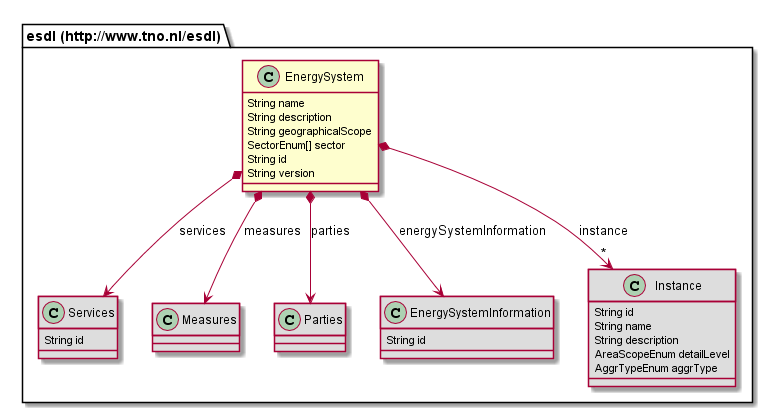
The PlantUML diagram 687474703a2f2f7777772e746e6f2e6e6c2f6573646c/EnergySystem.png in EnergyTransition/energytransition.github.io, before a commit.
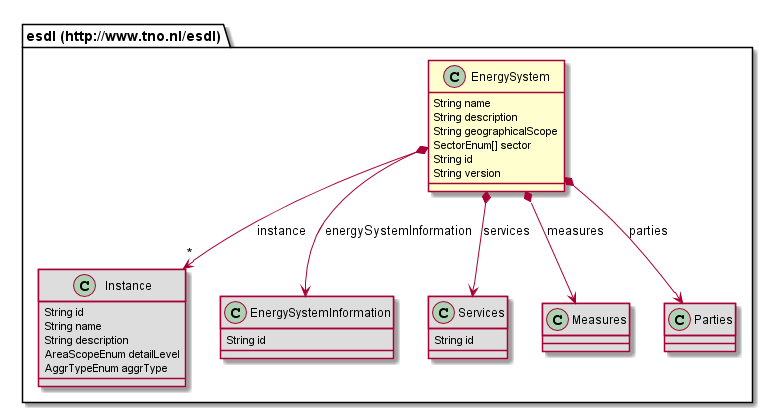
The same diagram one commit later.

What changed in the source:
```diff
@@ -7,6 +7,16 @@
 	String id
 	String version
 }
+class "esdl (http://www.tno.nl/esdl).Instance" [[#router/doc-content/687474703a2f2f7777772e746e6f2e6e6c2f6573646c/Instance.html{Instances are used to represent different representations of the same EnergySystem. }]] #DDDDDD {
+	String id
+	String name
+	String description
+	AreaScopeEnum detailLevel
+	AggrTypeEnum aggrType
+}
+class "esdl (http://www.tno.nl/esdl).EnergySystemInformation" [[#router/doc-content/687474703a2f2f7777772e746e6f2e6e6c2f6573646c/EnergySystemInformation.html{Describes reusable information of the energy system, that other classes can refer to in this energy system, such as carriers, profiles, data sources, quantity and units.}]] #DDDDDD {
+	String id
+}
 class "esdl (http://www.tno.nl/esdl).Services" [[#router/doc-content/687474703a2f2f7777772e746e6f2e6e6c2f6573646c/Services.html{Defines a collection of logical services used in the energy system, e.g. Demand-Response, Aggregator services, Energy markets and control strategies.}]] #DDDDDD {
 	String id
 }
@@ -14,16 +24,6 @@
 }
 class "esdl (http://www.tno.nl/esdl).Parties" [[#router/doc-content/687474703a2f2f7777772e746e6f2e6e6c2f6573646c/Parties.html{Container for parties that have a role in the energy system}]] #DDDDDD {
 }
-class "esdl (http://www.tno.nl/esdl).EnergySystemInformation" [[#router/doc-content/687474703a2f2f7777772e746e6f2e6e6c2f6573646c/EnergySystemInformation.html{Describes reusable information of the energy system, that other classes can refer to in this energy system, such as carriers, profiles, data sources, quantity and units.}]] #DDDDDD {
-	String id
-}
-class "esdl (http://www.tno.nl/esdl).Instance" [[#router/doc-content/687474703a2f2f7777772e746e6f2e6e6c2f6573646c/Instance.html{Instances are used to represent different representations of the same EnergySystem. }]] #DDDDDD {
-	String id
-	String name
-	String description
-	AreaScopeEnum detailLevel
-	AggrTypeEnum aggrType
-}
 "esdl (http://www.tno.nl/esdl).EnergySystem" *--> "esdl (http://www.tno.nl/esdl).Measures" : measures
 "esdl (http://www.tno.nl/esdl).EnergySystem" *--> "*" "esdl (http://www.tno.nl/esdl).Instance" : instance
 "esdl (http://www.tno.nl/esdl).EnergySystem" *--> "esdl (http://www.tno.nl/esdl).EnergySystemInformation" : energySystemInformation
```
